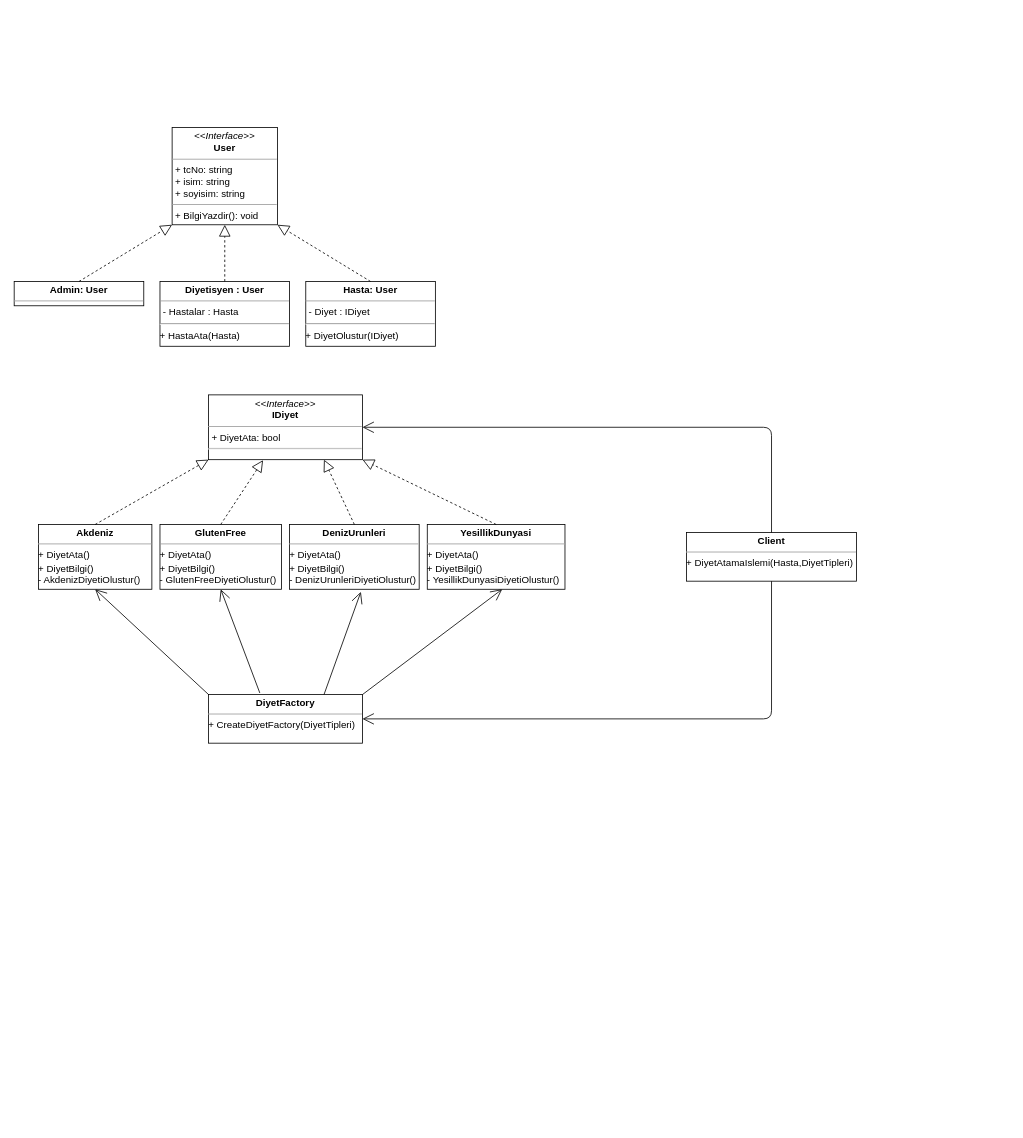
The draw.io diagram asd.drawio in YZMDiyetisyen/UML, before the edit. Source tidied: cells renumbered, new cells numbered last; positions are measured from the earlier drawing's top-left corner, leaving out a move shared by most shapes. Both pictures are drawn from the tidied source at 81%, with x=0, y=0 at pixel (14, 127).
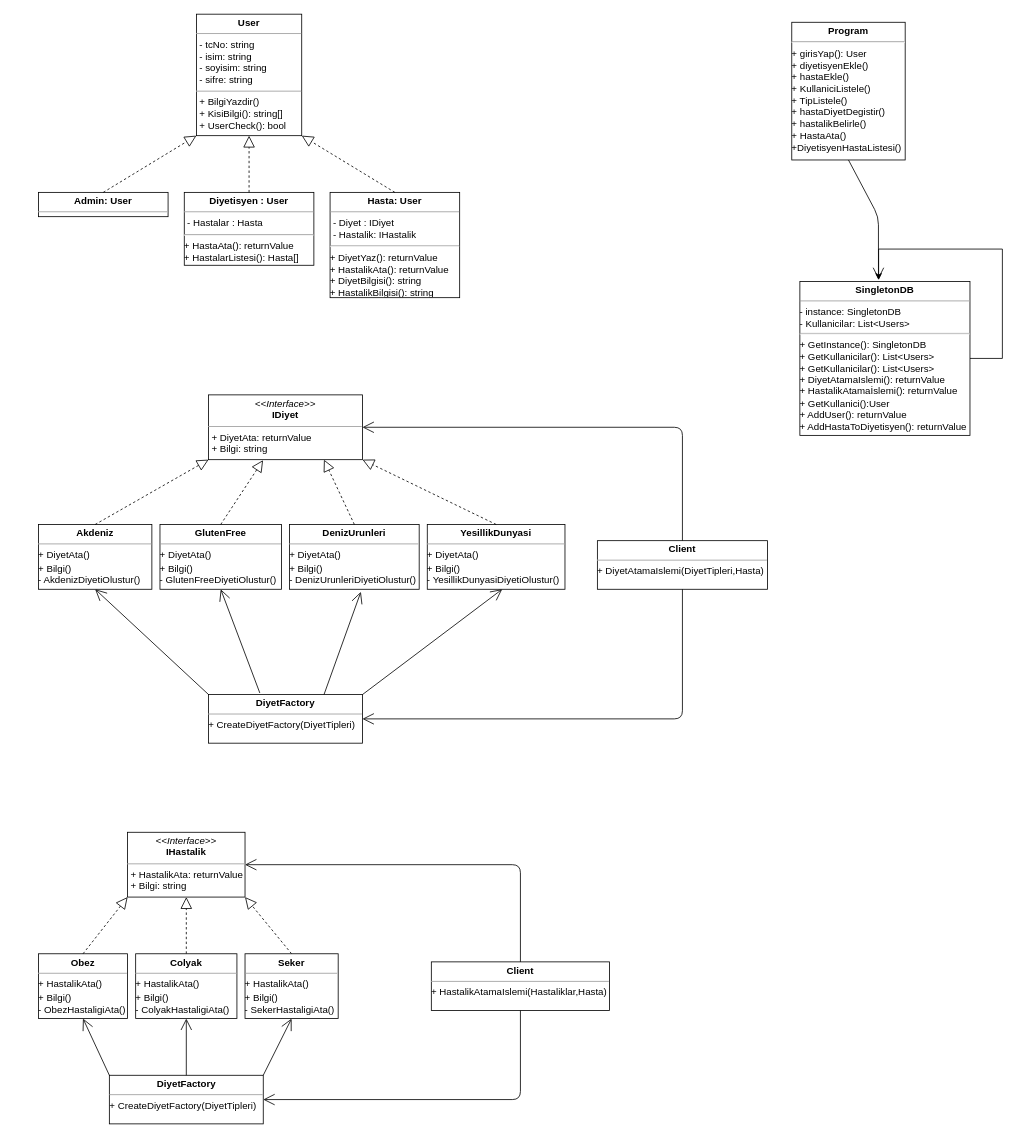
The same page after the edit.

The change refers to these unchanged cells:
```xml
<mxCell id="18" value="&lt;p style=&quot;margin: 0px ; margin-top: 4px ; text-align: center&quot;&gt;&lt;b&gt;DiyetFactory&lt;/b&gt;&lt;/p&gt;&lt;hr size=&quot;1&quot;&gt;&lt;div style=&quot;height: 2px&quot;&gt;+&amp;nbsp;CreateDiyetFactory(DiyetTipleri)&lt;/div&gt;" style="verticalAlign=top;align=left;overflow=fill;fontSize=12;fontFamily=Helvetica;html=1;" parent="1" vertex="1">
  <mxGeometry x="240" y="700" width="190" height="60" as="geometry" />
</mxCell>
```

The edit, as a diff of the source:
```diff
@@
     <mxCell id="2" value="&lt;p style=&quot;margin: 0px ; margin-top: 4px ; text-align: center&quot;&gt;&lt;span style=&quot;font-weight: 700 ; text-align: left&quot;&gt;Admin: User&lt;/span&gt;&lt;br&gt;&lt;/p&gt;&lt;hr size=&quot;1&quot;&gt;&lt;p style=&quot;margin: 0px ; margin-left: 4px&quot;&gt;&lt;br&gt;&lt;/p&gt;" style="verticalAlign=top;align=left;overflow=fill;fontSize=12;fontFamily=Helvetica;html=1;" parent="1" vertex="1">
-      <mxGeometry y="190" width="160" height="30" as="geometry" />
+      <mxGeometry x="30" y="80" width="160" height="30" as="geometry" />
     </mxCell>
-    <mxCell id="3" value="&lt;p style=&quot;margin: 0px ; margin-top: 4px ; text-align: center&quot;&gt;&lt;i&gt;&amp;lt;&amp;lt;Interface&amp;gt;&amp;gt;&lt;/i&gt;&lt;br&gt;&lt;b&gt;User&lt;/b&gt;&lt;/p&gt;&lt;hr size=&quot;1&quot;&gt;&lt;p style=&quot;margin: 0px ; margin-left: 4px&quot;&gt;+ tcNo: string&lt;br&gt;+ isim: string&lt;/p&gt;&lt;p style=&quot;margin: 0px ; margin-left: 4px&quot;&gt;+ soyisim: string&lt;/p&gt;&lt;hr size=&quot;1&quot;&gt;&lt;p style=&quot;margin: 0px ; margin-left: 4px&quot;&gt;+ BilgiYazdir(): void&lt;/p&gt;" style="verticalAlign=top;align=left;overflow=fill;fontSize=12;fontFamily=Helvetica;html=1;" parent="1" vertex="1">
-      <mxGeometry x="195" width="130" height="120" as="geometry" />
+    <mxCell id="3" value="&lt;p style=&quot;margin: 0px ; margin-top: 4px ; text-align: center&quot;&gt;&lt;b&gt;User&lt;/b&gt;&lt;/p&gt;&lt;hr size=&quot;1&quot;&gt;&lt;p style=&quot;margin: 0px ; margin-left: 4px&quot;&gt;- tcNo: string&lt;br&gt;- isim: string&lt;/p&gt;&lt;p style=&quot;margin: 0px ; margin-left: 4px&quot;&gt;- soyisim: string&lt;br&gt;- sifre: string&lt;/p&gt;&lt;hr size=&quot;1&quot;&gt;&lt;p style=&quot;margin: 0px ; margin-left: 4px&quot;&gt;+ BilgiYazdir()&lt;/p&gt;&lt;p style=&quot;margin: 0px ; margin-left: 4px&quot;&gt;+ KisiBilgi(): string[]&lt;/p&gt;&lt;p style=&quot;margin: 0px ; margin-left: 4px&quot;&gt;+ UserCheck(): bool&lt;/p&gt;" style="verticalAlign=top;align=left;overflow=fill;fontSize=12;fontFamily=Helvetica;html=1;" parent="1" vertex="1">
+      <mxGeometry x="225" y="-140" width="130" height="150" as="geometry" />
     </mxCell>
-    <mxCell id="4" value="&lt;p style=&quot;margin: 0px ; margin-top: 4px ; text-align: center&quot;&gt;&lt;span style=&quot;font-weight: 700 ; text-align: left&quot;&gt;Diyetisyen : User&lt;/span&gt;&lt;br&gt;&lt;/p&gt;&lt;hr size=&quot;1&quot;&gt;&lt;p style=&quot;margin: 0px ; margin-left: 4px&quot;&gt;- Hastalar : Hasta&lt;/p&gt;&lt;hr&gt;+ HastaAta(Hasta)" style="verticalAlign=top;align=left;overflow=fill;fontSize=12;fontFamily=Helvetica;html=1;" parent="1" vertex="1">
-      <mxGeometry x="180" y="190" width="160" height="80" as="geometry" />
+    <mxCell id="4" value="&lt;p style=&quot;margin: 0px ; margin-top: 4px ; text-align: center&quot;&gt;&lt;span style=&quot;font-weight: 700 ; text-align: left&quot;&gt;Diyetisyen : User&lt;/span&gt;&lt;br&gt;&lt;/p&gt;&lt;hr size=&quot;1&quot;&gt;&lt;p style=&quot;margin: 0px ; margin-left: 4px&quot;&gt;- Hastalar : Hasta&lt;/p&gt;&lt;hr&gt;+ HastaAta(): returnValue&lt;br&gt;+ HastalarListesi(): Hasta[]" style="verticalAlign=top;align=left;overflow=fill;fontSize=12;fontFamily=Helvetica;html=1;" parent="1" vertex="1">
+      <mxGeometry x="210" y="80" width="160" height="90" as="geometry" />
     </mxCell>
-    <mxCell id="5" value="&lt;p style=&quot;margin: 0px ; margin-top: 4px ; text-align: center&quot;&gt;&lt;span style=&quot;font-weight: 700 ; text-align: left&quot;&gt;Hasta: User&lt;/span&gt;&lt;br&gt;&lt;/p&gt;&lt;hr size=&quot;1&quot;&gt;&lt;p style=&quot;margin: 0px ; margin-left: 4px&quot;&gt;- Diyet : IDiyet&lt;/p&gt;&lt;hr&gt;+ DiyetOlustur(IDiyet)" style="verticalAlign=top;align=left;overflow=fill;fontSize=12;fontFamily=Helvetica;html=1;" parent="1" vertex="1">
-      <mxGeometry x="360" y="190" width="160" height="80" as="geometry" />
+    <mxCell id="5" value="&lt;p style=&quot;margin: 0px ; margin-top: 4px ; text-align: center&quot;&gt;&lt;span style=&quot;font-weight: 700 ; text-align: left&quot;&gt;Hasta: User&lt;/span&gt;&lt;br&gt;&lt;/p&gt;&lt;hr size=&quot;1&quot;&gt;&lt;p style=&quot;margin: 0px ; margin-left: 4px&quot;&gt;- Diyet : IDiyet&lt;/p&gt;&lt;p style=&quot;margin: 0px ; margin-left: 4px&quot;&gt;- Hastalik: IHastalik&lt;/p&gt;&lt;hr&gt;+ DiyetYaz(): returnValue&lt;br&gt;+ HastalikAta(): returnValue&lt;br&gt;+ DiyetBilgisi(): string&lt;br&gt;+ HastalikBilgisi(): string" style="verticalAlign=top;align=left;overflow=fill;fontSize=12;fontFamily=Helvetica;html=1;" parent="1" vertex="1">
+      <mxGeometry x="390" y="80" width="160" height="130" as="geometry" />
     </mxCell>
-    <mxCell id="6" value="&lt;p style=&quot;margin: 0px ; margin-top: 4px ; text-align: center&quot;&gt;&lt;i&gt;&amp;lt;&amp;lt;Interface&amp;gt;&amp;gt;&lt;/i&gt;&lt;br&gt;&lt;b&gt;IDiyet&lt;/b&gt;&lt;/p&gt;&lt;hr size=&quot;1&quot;&gt;&lt;p style=&quot;margin: 0px ; margin-left: 4px&quot;&gt;+ DiyetAta: bool&lt;/p&gt;&lt;hr&gt;" style="verticalAlign=top;align=left;overflow=fill;fontSize=12;fontFamily=Helvetica;html=1;" parent="1" vertex="1">
+    <mxCell id="6" value="&lt;p style=&quot;margin: 0px ; margin-top: 4px ; text-align: center&quot;&gt;&lt;i&gt;&amp;lt;&amp;lt;Interface&amp;gt;&amp;gt;&lt;/i&gt;&lt;br&gt;&lt;b&gt;IDiyet&lt;/b&gt;&lt;/p&gt;&lt;hr size=&quot;1&quot;&gt;&lt;p style=&quot;margin: 0px ; margin-left: 4px&quot;&gt;+ DiyetAta: returnValue&lt;/p&gt;&lt;p style=&quot;margin: 0px ; margin-left: 4px&quot;&gt;+ Bilgi: string&lt;/p&gt;&lt;hr&gt;" style="verticalAlign=top;align=left;overflow=fill;fontSize=12;fontFamily=Helvetica;html=1;" parent="1" vertex="1">
       <mxGeometry x="240" y="330" width="190" height="80" as="geometry" />
     </mxCell>
-    <mxCell id="7" value="&lt;p style=&quot;margin: 0px ; margin-top: 4px ; text-align: center&quot;&gt;&lt;b&gt;Akdeniz&lt;/b&gt;&lt;/p&gt;&lt;hr size=&quot;1&quot;&gt;&lt;div style=&quot;height: 2px&quot;&gt;+ DiyetAta()&lt;br&gt;&lt;/div&gt;&lt;div style=&quot;height: 2px&quot;&gt;&lt;br&gt;+ DiyetBilgi()&lt;br&gt;- AkdenizDiyetiOlustur()&lt;/div&gt;" style="verticalAlign=top;align=left;overflow=fill;fontSize=12;fontFamily=Helvetica;html=1;" parent="1" vertex="1">
+    <mxCell id="7" value="&lt;p style=&quot;margin: 0px ; margin-top: 4px ; text-align: center&quot;&gt;&lt;b&gt;Akdeniz&lt;/b&gt;&lt;/p&gt;&lt;hr size=&quot;1&quot;&gt;&lt;div style=&quot;height: 2px&quot;&gt;+ DiyetAta()&lt;br&gt;&lt;/div&gt;&lt;div style=&quot;height: 2px&quot;&gt;&lt;br&gt;+ Bilgi()&lt;br&gt;- AkdenizDiyetiOlustur()&lt;/div&gt;" style="verticalAlign=top;align=left;overflow=fill;fontSize=12;fontFamily=Helvetica;html=1;" parent="1" vertex="1">
       <mxGeometry x="30" y="490" width="140" height="80" as="geometry" />
     </mxCell>
@@
-    <mxCell id="12" value="&lt;p style=&quot;margin: 0px ; margin-top: 4px ; text-align: center&quot;&gt;&lt;b&gt;GlutenFree&lt;/b&gt;&lt;/p&gt;&lt;hr size=&quot;1&quot;&gt;&lt;div style=&quot;height: 2px&quot;&gt;+ DiyetAta()&lt;br&gt;&lt;/div&gt;&lt;div style=&quot;height: 2px&quot;&gt;&lt;br&gt;+ DiyetBilgi()&lt;br&gt;- GlutenFreeDiyetiOlustur()&lt;/div&gt;" style="verticalAlign=top;align=left;overflow=fill;fontSize=12;fontFamily=Helvetica;html=1;" parent="1" vertex="1">
+    <mxCell id="12" value="&lt;p style=&quot;margin: 0px ; margin-top: 4px ; text-align: center&quot;&gt;&lt;b&gt;GlutenFree&lt;/b&gt;&lt;/p&gt;&lt;hr size=&quot;1&quot;&gt;&lt;div style=&quot;height: 2px&quot;&gt;+ DiyetAta()&lt;br&gt;&lt;/div&gt;&lt;div style=&quot;height: 2px&quot;&gt;&lt;br&gt;+ Bilgi()&lt;br&gt;- GlutenFreeDiyetiOlustur()&lt;/div&gt;" style="verticalAlign=top;align=left;overflow=fill;fontSize=12;fontFamily=Helvetica;html=1;" parent="1" vertex="1">
       <mxGeometry x="180" y="490" width="150" height="80" as="geometry" />
     </mxCell>
@@
-    <mxCell id="14" value="&lt;p style=&quot;margin: 0px ; margin-top: 4px ; text-align: center&quot;&gt;&lt;b&gt;DenizUrunleri&lt;/b&gt;&lt;/p&gt;&lt;hr size=&quot;1&quot;&gt;&lt;div style=&quot;height: 2px&quot;&gt;+ DiyetAta()&lt;br&gt;&lt;/div&gt;&lt;div style=&quot;height: 2px&quot;&gt;&lt;br&gt;+ DiyetBilgi()&lt;br&gt;- DenizUrunleriDiyetiOlustur()&lt;/div&gt;" style="verticalAlign=top;align=left;overflow=fill;fontSize=12;fontFamily=Helvetica;html=1;" parent="1" vertex="1">
+    <mxCell id="14" value="&lt;p style=&quot;margin: 0px ; margin-top: 4px ; text-align: center&quot;&gt;&lt;b&gt;DenizUrunleri&lt;/b&gt;&lt;/p&gt;&lt;hr size=&quot;1&quot;&gt;&lt;div style=&quot;height: 2px&quot;&gt;+ DiyetAta()&lt;br&gt;&lt;/div&gt;&lt;div style=&quot;height: 2px&quot;&gt;&lt;br&gt;+ Bilgi()&lt;br&gt;- DenizUrunleriDiyetiOlustur()&lt;/div&gt;" style="verticalAlign=top;align=left;overflow=fill;fontSize=12;fontFamily=Helvetica;html=1;" parent="1" vertex="1">
       <mxGeometry x="340" y="490" width="160" height="80" as="geometry" />
     </mxCell>
@@
-    <mxCell id="16" value="&lt;p style=&quot;margin: 0px ; margin-top: 4px ; text-align: center&quot;&gt;&lt;b&gt;YesillikDunyasi&lt;/b&gt;&lt;/p&gt;&lt;hr size=&quot;1&quot;&gt;&lt;div style=&quot;height: 2px&quot;&gt;+ DiyetAta()&lt;br&gt;&lt;/div&gt;&lt;br&gt;+ DiyetBilgi()&lt;div style=&quot;height: 2px&quot;&gt;- YesillikDunyasiDiyetiOlustur()&lt;/div&gt;" style="verticalAlign=top;align=left;overflow=fill;fontSize=12;fontFamily=Helvetica;html=1;" parent="1" vertex="1">
+    <mxCell id="16" value="&lt;p style=&quot;margin: 0px ; margin-top: 4px ; text-align: center&quot;&gt;&lt;b&gt;YesillikDunyasi&lt;/b&gt;&lt;/p&gt;&lt;hr size=&quot;1&quot;&gt;&lt;div style=&quot;height: 2px&quot;&gt;+ DiyetAta()&lt;br&gt;&lt;/div&gt;&lt;br&gt;+ Bilgi()&lt;div style=&quot;height: 2px&quot;&gt;- YesillikDunyasiDiyetiOlustur()&lt;/div&gt;" style="verticalAlign=top;align=left;overflow=fill;fontSize=12;fontFamily=Helvetica;html=1;" parent="1" vertex="1">
       <mxGeometry x="510" y="490" width="170" height="80" as="geometry" />
     </mxCell>
@@
-    <mxCell id="23" value="&lt;p style=&quot;margin: 0px ; margin-top: 4px ; text-align: center&quot;&gt;&lt;b&gt;Client&lt;/b&gt;&lt;/p&gt;&lt;hr size=&quot;1&quot;&gt;&lt;div style=&quot;height: 2px&quot;&gt;+ DiyetAtamaIslemi(Hasta,DiyetTipleri)&lt;/div&gt;" style="verticalAlign=top;align=left;overflow=fill;fontSize=12;fontFamily=Helvetica;html=1;" parent="1" vertex="1">
-      <mxGeometry x="830" y="500" width="210" height="60" as="geometry" />
+    <mxCell id="23" value="&lt;p style=&quot;margin: 0px ; margin-top: 4px ; text-align: center&quot;&gt;&lt;b&gt;Client&lt;/b&gt;&lt;/p&gt;&lt;hr size=&quot;1&quot;&gt;&lt;div style=&quot;height: 2px&quot;&gt;+ DiyetAtamaIslemi(DiyetTipleri,Hasta)&lt;/div&gt;" style="verticalAlign=top;align=left;overflow=fill;fontSize=12;fontFamily=Helvetica;html=1;" parent="1" vertex="1">
+      <mxGeometry x="720" y="510" width="210" height="60" as="geometry" />
     </mxCell>
     <mxCell id="24" style="endArrow=open;endFill=1;endSize=12;html=1;exitX=0.5;exitY=1;exitDx=0;exitDy=0;entryX=1;entryY=0.5;entryDx=0;entryDy=0;" parent="1" edge="1" source="23" target="18">
       <mxGeometry relative="1" as="geometry">
         <Array as="points">
-          <mxPoint x="935" y="730" />
+          <mxPoint x="825" y="730" />
         </Array>
       </mxGeometry>
     </mxCell>
     <mxCell id="25" style="endArrow=open;endFill=1;endSize=12;html=1;entryX=1;entryY=0.5;entryDx=0;entryDy=0;exitX=0.5;exitY=0;exitDx=0;exitDy=0;" parent="1" edge="1" source="23" target="6">
       <mxGeometry relative="1" as="geometry">
         <Array as="points">
-          <mxPoint x="935" y="370" />
+          <mxPoint x="825" y="370" />
         </Array>
       </mxGeometry>
     </mxCell>
+    <mxCell id="26" value="&lt;p style=&quot;margin: 0px ; margin-top: 4px ; text-align: center&quot;&gt;&lt;i&gt;&amp;lt;&amp;lt;Interface&amp;gt;&amp;gt;&lt;/i&gt;&lt;br&gt;&lt;b&gt;IHastalik&lt;/b&gt;&lt;/p&gt;&lt;hr size=&quot;1&quot;&gt;&lt;p style=&quot;margin: 0px ; margin-left: 4px&quot;&gt;+ HastalikAta: returnValue&lt;/p&gt;&lt;p style=&quot;margin: 0px ; margin-left: 4px&quot;&gt;+ Bilgi: string&lt;/p&gt;&lt;hr&gt;" style="verticalAlign=top;align=left;overflow=fill;fontSize=12;fontFamily=Helvetica;html=1;" parent="1" vertex="1">
+      <mxGeometry x="140" y="870" width="145" height="80" as="geometry" />
+    </mxCell>
+    <mxCell id="27" value="&lt;p style=&quot;margin: 0px ; margin-top: 4px ; text-align: center&quot;&gt;&lt;b&gt;Obez&lt;/b&gt;&lt;/p&gt;&lt;hr size=&quot;1&quot;&gt;&lt;div style=&quot;height: 2px&quot;&gt;+ HastalikAta()&lt;br&gt;&lt;/div&gt;&lt;div style=&quot;height: 2px&quot;&gt;&lt;br&gt;+ Bilgi()&lt;br&gt;- ObezHastaligiAta()&lt;/div&gt;" style="verticalAlign=top;align=left;overflow=fill;fontSize=12;fontFamily=Helvetica;html=1;" parent="1" vertex="1">
+      <mxGeometry x="30" y="1020" width="110" height="80" as="geometry" />
+    </mxCell>
+    <mxCell id="28" style="endArrow=block;dashed=1;endFill=0;endSize=12;html=1;exitX=0.5;exitY=0;exitDx=0;exitDy=0;entryX=0;entryY=1;entryDx=0;entryDy=0;" parent="1" edge="1" source="27" target="26">
+      <mxGeometry relative="1" as="geometry" />
+    </mxCell>
+    <mxCell id="29" style="endArrow=block;dashed=1;endFill=0;endSize=12;html=1;entryX=0.5;entryY=1;entryDx=0;entryDy=0;exitX=0.5;exitY=0;exitDx=0;exitDy=0;" parent="1" edge="1" source="38" target="26">
+      <mxGeometry relative="1" as="geometry" />
+    </mxCell>
+    <mxCell id="30" style="endArrow=block;dashed=1;endFill=0;endSize=12;html=1;entryX=1;entryY=1;entryDx=0;entryDy=0;exitX=0.5;exitY=0;exitDx=0;exitDy=0;" parent="1" edge="1" source="39" target="26">
+      <mxGeometry relative="1" as="geometry" />
+    </mxCell>
+    <mxCell id="31" value="&lt;p style=&quot;margin: 0px ; margin-top: 4px ; text-align: center&quot;&gt;&lt;b&gt;DiyetFactory&lt;/b&gt;&lt;/p&gt;&lt;hr size=&quot;1&quot;&gt;&lt;div style=&quot;height: 2px&quot;&gt;+&amp;nbsp;CreateDiyetFactory(DiyetTipleri)&lt;/div&gt;" style="verticalAlign=top;align=left;overflow=fill;fontSize=12;fontFamily=Helvetica;html=1;" parent="1" vertex="1">
+      <mxGeometry x="117.5" y="1170" width="190" height="60" as="geometry" />
+    </mxCell>
+    <mxCell id="32" style="endArrow=open;endFill=1;endSize=12;html=1;exitX=1;exitY=0;exitDx=0;exitDy=0;entryX=0.5;entryY=1;entryDx=0;entryDy=0;" parent="1" edge="1" source="31" target="39">
+      <mxGeometry relative="1" as="geometry" />
+    </mxCell>
+    <mxCell id="33" style="endArrow=open;endFill=1;endSize=12;html=1;exitX=0.5;exitY=0;exitDx=0;exitDy=0;entryX=0.5;entryY=1;entryDx=0;entryDy=0;" parent="1" edge="1" source="31" target="38">
+      <mxGeometry relative="1" as="geometry" />
+    </mxCell>
+    <mxCell id="34" style="endArrow=open;endFill=1;endSize=12;html=1;exitX=0;exitY=0;exitDx=0;exitDy=0;entryX=0.5;entryY=1;entryDx=0;entryDy=0;" parent="1" edge="1" source="31" target="27">
+      <mxGeometry relative="1" as="geometry" />
+    </mxCell>
+    <mxCell id="35" value="&lt;p style=&quot;margin: 0px ; margin-top: 4px ; text-align: center&quot;&gt;&lt;b&gt;Client&lt;/b&gt;&lt;/p&gt;&lt;hr size=&quot;1&quot;&gt;&lt;div style=&quot;height: 2px&quot;&gt;+ HastalikAtamaIslemi(Hastaliklar,Hasta)&lt;/div&gt;" style="verticalAlign=top;align=left;overflow=fill;fontSize=12;fontFamily=Helvetica;html=1;" parent="1" vertex="1">
+      <mxGeometry x="515" y="1030" width="220" height="60" as="geometry" />
+    </mxCell>
+    <mxCell id="36" style="endArrow=open;endFill=1;endSize=12;html=1;exitX=0.5;exitY=1;exitDx=0;exitDy=0;entryX=1;entryY=0.5;entryDx=0;entryDy=0;" parent="1" edge="1" source="35" target="31">
+      <mxGeometry relative="1" as="geometry">
+        <Array as="points">
+          <mxPoint x="625" y="1200" />
+        </Array>
+      </mxGeometry>
+    </mxCell>
+    <mxCell id="37" style="endArrow=open;endFill=1;endSize=12;html=1;entryX=1;entryY=0.5;entryDx=0;entryDy=0;exitX=0.5;exitY=0;exitDx=0;exitDy=0;" parent="1" edge="1" source="35" target="26">
+      <mxGeometry relative="1" as="geometry">
+        <Array as="points">
+          <mxPoint x="625" y="910" />
+        </Array>
+      </mxGeometry>
+    </mxCell>
+    <mxCell id="38" value="&lt;p style=&quot;margin: 0px ; margin-top: 4px ; text-align: center&quot;&gt;&lt;b&gt;Colyak&lt;/b&gt;&lt;/p&gt;&lt;hr size=&quot;1&quot;&gt;&lt;div style=&quot;height: 2px&quot;&gt;+ HastalikAta()&lt;br&gt;&lt;/div&gt;&lt;div style=&quot;height: 2px&quot;&gt;&lt;br&gt;+ Bilgi()&lt;br&gt;- ColyakHastaligiAta()&lt;/div&gt;" style="verticalAlign=top;align=left;overflow=fill;fontSize=12;fontFamily=Helvetica;html=1;" parent="1" vertex="1">
+      <mxGeometry x="150" y="1020" width="125" height="80" as="geometry" />
+    </mxCell>
+    <mxCell id="39" value="&lt;p style=&quot;margin: 0px ; margin-top: 4px ; text-align: center&quot;&gt;&lt;b&gt;Seker&lt;/b&gt;&lt;/p&gt;&lt;hr size=&quot;1&quot;&gt;&lt;div style=&quot;height: 2px&quot;&gt;+ HastalikAta()&lt;br&gt;&lt;/div&gt;&lt;div style=&quot;height: 2px&quot;&gt;&lt;br&gt;+ Bilgi()&lt;br&gt;- Seker&lt;span&gt;HastaligiAta()&lt;/span&gt;&lt;/div&gt;" style="verticalAlign=top;align=left;overflow=fill;fontSize=12;fontFamily=Helvetica;html=1;" parent="1" vertex="1">
+      <mxGeometry x="285" y="1020" width="115" height="80" as="geometry" />
+    </mxCell>
+    <mxCell id="40" style="edgeStyle=orthogonalEdgeStyle;rounded=0;orthogonalLoop=1;jettySize=auto;html=1;entryX=0.463;entryY=-0.009;entryDx=0;entryDy=0;entryPerimeter=0;" parent="1" edge="1" source="41" target="41">
+      <mxGeometry relative="1" as="geometry">
+        <Array as="points">
+          <mxPoint x="1220" y="285" />
+          <mxPoint x="1220" y="150" />
+          <mxPoint x="1067" y="150" />
+        </Array>
+      </mxGeometry>
+    </mxCell>
+    <mxCell id="41" value="&lt;p style=&quot;margin: 0px ; margin-top: 4px ; text-align: center&quot;&gt;&lt;b&gt;SingletonDB&lt;/b&gt;&lt;/p&gt;&lt;hr size=&quot;1&quot;&gt;&lt;div style=&quot;height: 2px&quot;&gt;- instance: SingletonDB&lt;br&gt;- Kullanicilar: List&amp;lt;Users&amp;gt;&lt;/div&gt;&lt;div style=&quot;height: 2px&quot;&gt;&lt;br&gt;&lt;/div&gt;&lt;div style=&quot;height: 2px&quot;&gt;&lt;br&gt;&lt;/div&gt;&lt;div style=&quot;height: 2px&quot;&gt;&lt;br&gt;&lt;/div&gt;&lt;div style=&quot;height: 2px&quot;&gt;&lt;br&gt;&lt;/div&gt;&lt;div style=&quot;height: 2px&quot;&gt;&lt;br&gt;&lt;/div&gt;&lt;br&gt;&lt;hr&gt;+ GetInstance(): SingletonDB&lt;br&gt;+ GetKullanicilar(): List&amp;lt;Users&amp;gt;&lt;br&gt;+ GetKullanicilar(): List&amp;lt;Users&amp;gt;&lt;br&gt;+ DiyetAtamaIslemi(): returnValue&lt;br&gt;+ HastalikAtamaİslemi(): returnValue&lt;br&gt;+ GetKullanici():User&lt;br&gt;+ AddUser(): returnValue&lt;br&gt;+ AddHastaToDiyetisyen(): returnValue" style="verticalAlign=top;align=left;overflow=fill;fontSize=12;fontFamily=Helvetica;html=1;" parent="1" vertex="1">
+      <mxGeometry x="970" y="190" width="210" height="190" as="geometry" />
+    </mxCell>
+    <mxCell id="42" value="&lt;p style=&quot;margin: 0px ; margin-top: 4px ; text-align: center&quot;&gt;&lt;b&gt;Program&lt;/b&gt;&lt;/p&gt;&lt;hr&gt;+ girisYap(): User&lt;br&gt;+ diyetisyenEkle()&lt;br&gt;+ hastaEkle()&lt;br&gt;+ KullaniciListele()&lt;br&gt;+ TipListele()&lt;br&gt;+ hastaDiyetDegistir()&lt;br&gt;+ hastalikBelirle()&lt;br&gt;+ HastaAta()&lt;br&gt;+DiyetisyenHastaListesi()" style="verticalAlign=top;align=left;overflow=fill;fontSize=12;fontFamily=Helvetica;html=1;" parent="1" vertex="1">
+      <mxGeometry x="960" y="-130" width="140" height="170" as="geometry" />
+    </mxCell>
+    <mxCell id="43" style="endArrow=open;endFill=1;endSize=12;html=1;exitX=0.5;exitY=1;exitDx=0;exitDy=0;entryX=0.462;entryY=-0.015;entryDx=0;entryDy=0;entryPerimeter=0;" parent="1" edge="1" source="42" target="41">
+      <mxGeometry relative="1" as="geometry">
+        <Array as="points">
+          <mxPoint x="1067" y="110" />
+        </Array>
+      </mxGeometry>
+    </mxCell>
```
